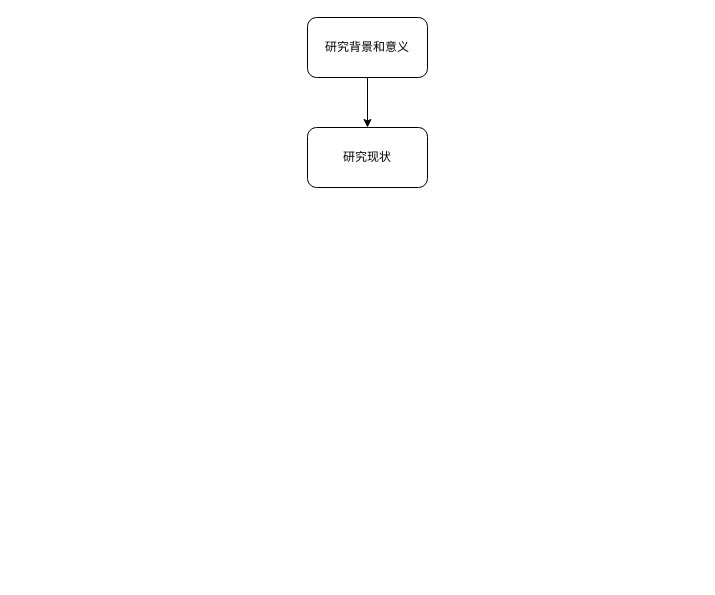
Before: 技术路线图.drawio in abigfreshman/abigfreshman, a draw.io diagram. Source tidied: cells renumbered, new cells numbered last; positions are measured from the earlier drawing's top-left corner, leaving out a move shared by most shapes. Both pictures are drawn from the tidied source at 100%, with x=0, y=0 at pixel (307, 17).
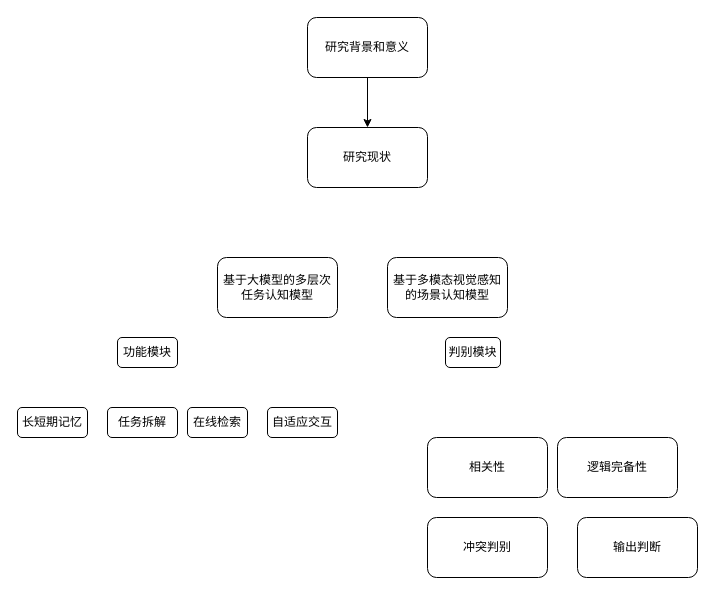
After the change.

Commit message (it also covers changes not shown here):
Update 技术路线图.drawio

The edit, as a diff of the source:
```diff
@@
 <mxGraphModel>
   <root>
     <mxCell id="0" />
     <mxCell id="1" parent="0" />
     <mxCell id="2" style="edgeStyle=orthogonalEdgeStyle;rounded=0;jettySize=auto;html=1;" parent="1" edge="1" source="3" target="4">
       <mxGeometry relative="1" as="geometry" />
     </mxCell>
     <mxCell id="3" value="研究背景和意义" style="rounded=1;whiteSpace=wrap;html=1;" parent="1" vertex="1">
       <mxGeometry width="120" height="60" as="geometry" />
     </mxCell>
     <mxCell id="4" value="研究现状" style="whiteSpace=wrap;html=1;rounded=1;" parent="1" vertex="1">
       <mxGeometry y="110" width="120" height="60" as="geometry" />
     </mxCell>
+    <mxCell id="5" value="基于大模型的多层次任务认知模型" style="rounded=1;whiteSpace=wrap;html=1;" parent="1" vertex="1">
+      <mxGeometry x="-90" y="240" width="120" height="60" as="geometry" />
+    </mxCell>
+    <mxCell id="6" value="基于多模态视觉感知的场景认知模型" style="rounded=1;whiteSpace=wrap;html=1;" parent="1" vertex="1">
+      <mxGeometry x="80" y="240" width="120" height="60" as="geometry" />
+    </mxCell>
+    <mxCell id="7" value="功能模块" style="rounded=1;whiteSpace=wrap;html=1;" parent="1" vertex="1">
+      <mxGeometry x="-190" y="320" width="60" height="30" as="geometry" />
+    </mxCell>
+    <mxCell id="8" value="判别模块" style="rounded=1;whiteSpace=wrap;html=1;" parent="1" vertex="1">
+      <mxGeometry x="138" y="320" width="55" height="30" as="geometry" />
+    </mxCell>
+    <mxCell id="9" value="长短期记忆" style="rounded=1;whiteSpace=wrap;html=1;" parent="1" vertex="1">
+      <mxGeometry x="-290" y="390" width="70" height="30" as="geometry" />
+    </mxCell>
+    <mxCell id="10" value="任务拆解" style="rounded=1;whiteSpace=wrap;html=1;" parent="1" vertex="1">
+      <mxGeometry x="-200" y="390" width="70" height="30" as="geometry" />
+    </mxCell>
+    <mxCell id="11" value="在线检索" style="rounded=1;whiteSpace=wrap;html=1;" parent="1" vertex="1">
+      <mxGeometry x="-120" y="390" width="60" height="30" as="geometry" />
+    </mxCell>
+    <mxCell id="12" value="自适应交互" style="rounded=1;whiteSpace=wrap;html=1;" parent="1" vertex="1">
+      <mxGeometry x="-40" y="390" width="70" height="30" as="geometry" />
+    </mxCell>
+    <mxCell id="13" value="相关性" style="rounded=1;whiteSpace=wrap;html=1;" parent="1" vertex="1">
+      <mxGeometry x="120" y="420" width="120" height="60" as="geometry" />
+    </mxCell>
+    <mxCell id="14" value="逻辑完备性" style="rounded=1;whiteSpace=wrap;html=1;" parent="1" vertex="1">
+      <mxGeometry x="250" y="420" width="120" height="60" as="geometry" />
+    </mxCell>
+    <mxCell id="15" value="输出判断" style="rounded=1;whiteSpace=wrap;html=1;" parent="1" vertex="1">
+      <mxGeometry x="270" y="500" width="120" height="60" as="geometry" />
+    </mxCell>
+    <mxCell id="16" value="冲突判别" style="rounded=1;whiteSpace=wrap;html=1;" parent="1" vertex="1">
+      <mxGeometry x="120" y="500" width="120" height="60" as="geometry" />
+    </mxCell>
   </root>
 </mxGraphModel>
```
